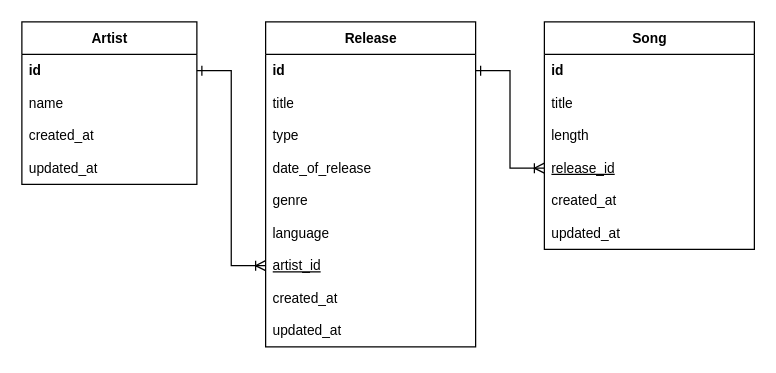
This is other/media/images/ER.drawio from VavakinV/musicrud, a draw.io file, before an edit. Source tidied: cells renumbered, new cells numbered last; positions are measured from the earlier drawing's top-left corner, leaving out a move shared by most shapes. Both pictures are drawn from the tidied source at 125%, with x=0, y=0 at pixel (21, 21).
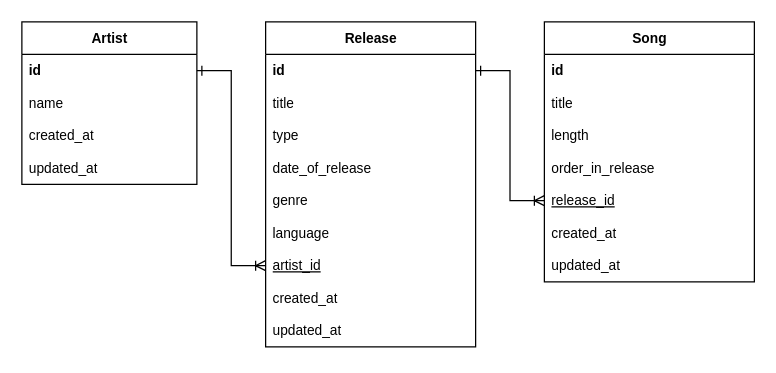
After the change.

Commit message (it also covers changes not shown here):
updated Song model to include order in release

The edit, as a diff of the source:
```diff
@@
     <mxCell id="17" value="&lt;b&gt;Song&lt;/b&gt;" style="swimlane;fontStyle=0;horizontal=1;startSize=26;fillColor=none;html=1;fontFamily=Helvetica;fontSize=11;fontColor=default;labelBackgroundColor=default;" parent="1" vertex="1">
-      <mxGeometry x="418" width="168" height="182" as="geometry" />
+      <mxGeometry x="418" width="168" height="208" as="geometry" />
     </mxCell>
@@
+    <mxCell id="26" value="order_in_release" style="text;strokeColor=none;fillColor=none;align=left;verticalAlign=top;spacingLeft=4;spacingRight=4;overflow=hidden;whiteSpace=wrap;html=1;fontFamily=Helvetica;fontSize=11;fontColor=default;labelBackgroundColor=default;" parent="17" vertex="1">
+      <mxGeometry y="104" width="168" height="26" as="geometry" />
+    </mxCell>
     <mxCell id="21" value="&lt;u&gt;release_id&lt;/u&gt;" style="text;strokeColor=none;fillColor=none;align=left;verticalAlign=top;spacingLeft=4;spacingRight=4;overflow=hidden;points=[[0,0.5],[1,0.5]];portConstraint=eastwest;whiteSpace=wrap;html=1;fontFamily=Helvetica;fontSize=11;fontColor=default;labelBackgroundColor=default;" parent="17" vertex="1">
-      <mxGeometry y="104" width="168" height="26" as="geometry" />
+      <mxGeometry y="130" width="168" height="26" as="geometry" />
     </mxCell>
     <mxCell id="22" value="created_at" style="text;strokeColor=none;fillColor=none;align=left;verticalAlign=top;spacingLeft=4;spacingRight=4;overflow=hidden;whiteSpace=wrap;html=1;fontFamily=Helvetica;fontSize=11;fontColor=default;labelBackgroundColor=default;" parent="17" vertex="1">
-      <mxGeometry y="130" width="168" height="26" as="geometry" />
+      <mxGeometry y="156" width="168" height="26" as="geometry" />
     </mxCell>
     <mxCell id="23" value="updated_at" style="text;strokeColor=none;fillColor=none;align=left;verticalAlign=top;spacingLeft=4;spacingRight=4;overflow=hidden;whiteSpace=wrap;html=1;fontFamily=Helvetica;fontSize=11;fontColor=default;labelBackgroundColor=default;" parent="17" vertex="1">
-      <mxGeometry y="156" width="168" height="26" as="geometry" />
+      <mxGeometry y="182" width="168" height="26" as="geometry" />
     </mxCell>
```
